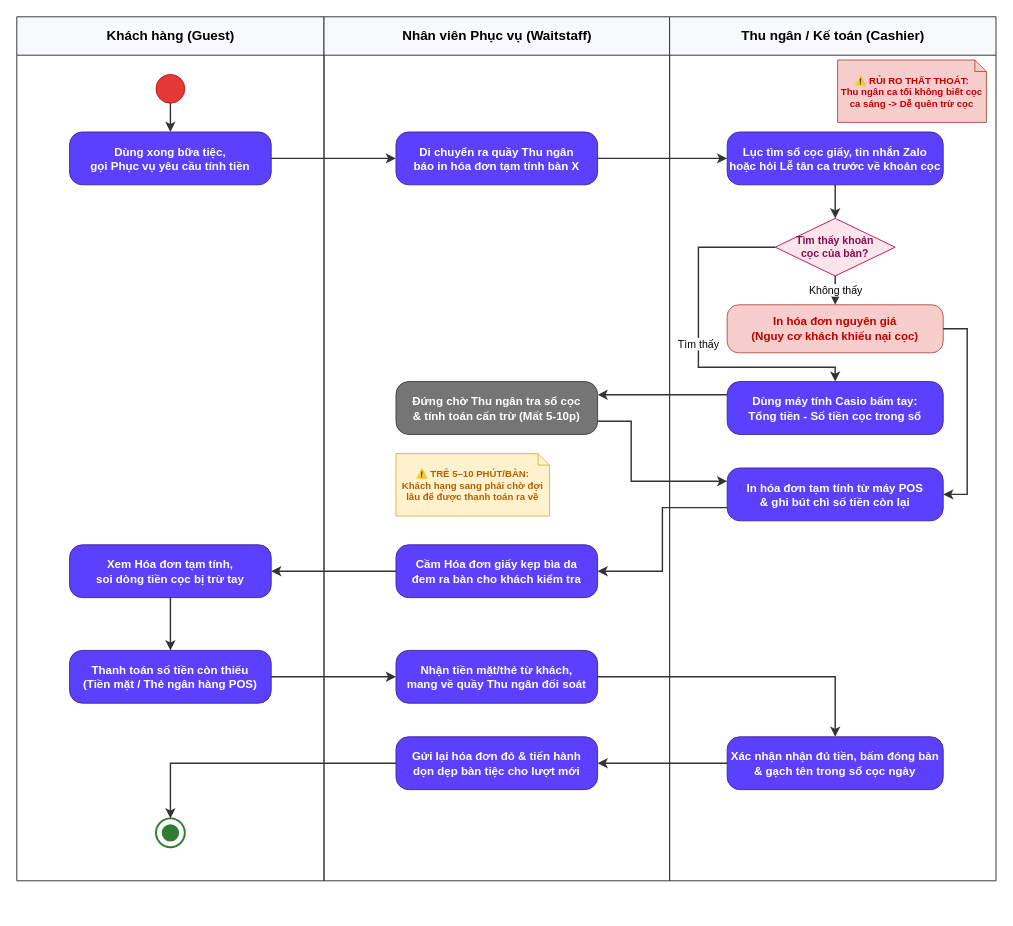
The draw.io diagram docs/phase1/drawio/asis03_survey_billing.drawio in AndrewQng/VinDining, before the edit. Source tidied: cells renumbered, new cells numbered last; positions are measured from the earlier drawing's top-left corner, leaving out a move shared by most shapes. Both pictures are drawn from the tidied source at 96%, with x=0, y=0 at pixel (16, 16).
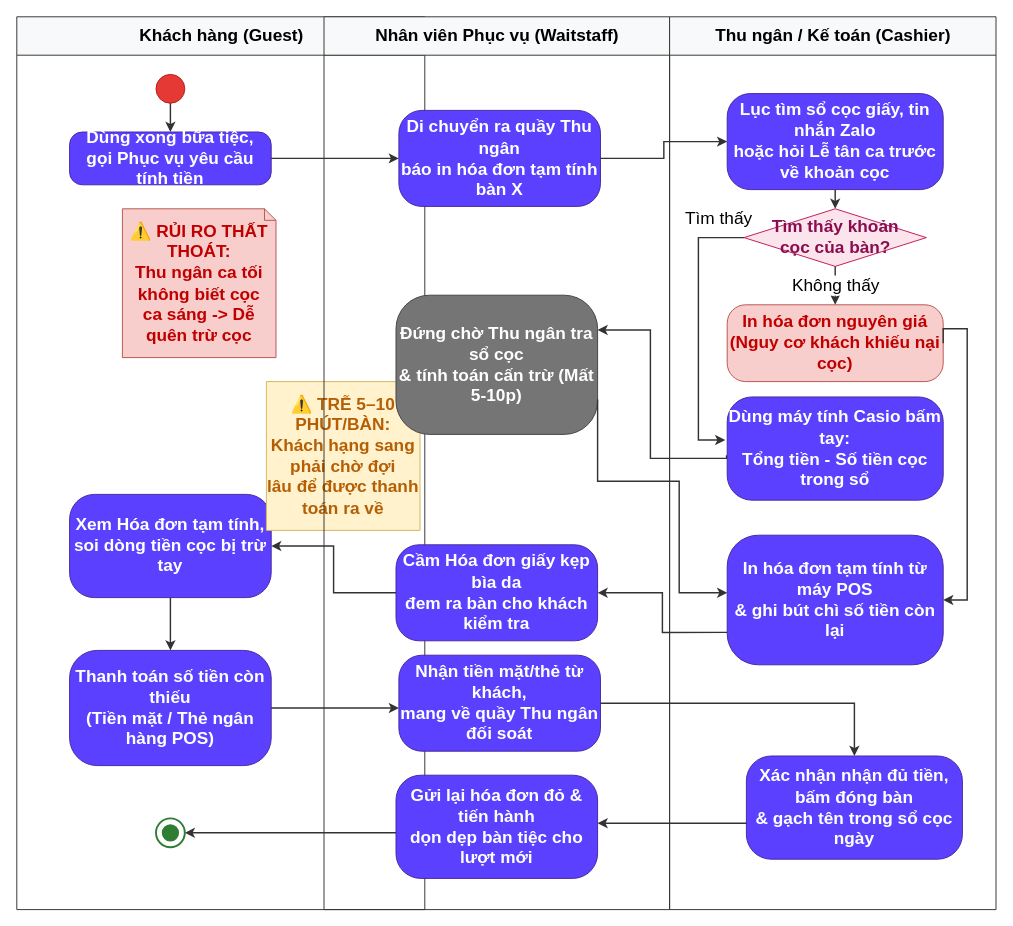
The same diagram, later.

Change to the diagram source:
```diff
@@
-    <mxCell id="2" value="Khách hàng (Guest)" style="swimlane;html=1;startSize=40;horizontal=1;fontStyle=1;fontSize=14;align=center;verticalAlign=middle;fillColor=#f8f9fa;strokeColor=#333333;swimlaneLine=1;" parent="1" vertex="1">
-      <mxGeometry width="320" height="900" as="geometry" />
+    <mxCell id="2" value="Khách hàng (Guest)" style="swimlane;html=1;startSize=40;horizontal=1;fontStyle=1;fontSize=18;align=center;verticalAlign=middle;fillColor=#f8f9fa;strokeColor=#333333;swimlaneLine=1;" parent="1" vertex="1">
+      <mxGeometry width="425" height="930" as="geometry" />
     </mxCell>
-    <mxCell id="3" value="Nhân viên Phục vụ (Waitstaff)" style="swimlane;html=1;startSize=40;horizontal=1;fontStyle=1;fontSize=14;align=center;verticalAlign=middle;fillColor=#f8f9fa;strokeColor=#333333;swimlaneLine=1;" parent="1" vertex="1">
-      <mxGeometry x="320" width="360" height="900" as="geometry" />
-    </mxCell>
-    <mxCell id="4" value="Thu ngân / Kế toán (Cashier)" style="swimlane;html=1;startSize=40;horizontal=1;fontStyle=1;fontSize=14;align=center;verticalAlign=middle;fillColor=#f8f9fa;strokeColor=#333333;swimlaneLine=1;" parent="1" vertex="1">
-      <mxGeometry x="680" width="340" height="900" as="geometry" />
-    </mxCell>
-    <mxCell id="5" style="ellipse;whiteSpace=wrap;html=1;fillColor=#e53935;strokeColor=#b71c1c;" parent="2" vertex="1">
+    <mxCell id="5" style="ellipse;whiteSpace=wrap;html=1;fillColor=#e53935;strokeColor=#b71c1c;fontSize=18;" parent="2" vertex="1">
       <mxGeometry x="145" y="60" width="30" height="30" as="geometry" />
     </mxCell>
-    <mxCell id="6" value="Dùng xong bữa tiệc,&#10;gọi Phục vụ yêu cầu tính tiền" style="rounded=1;arcSize=24;whiteSpace=wrap;html=1;fillColor=#5b40ff;strokeColor=#4527a0;fontColor=#ffffff;fontStyle=1;fontSize=12;align=center;verticalAlign=middle;" parent="2" vertex="1">
+    <mxCell id="6" value="Dùng xong bữa tiệc,&#10;gọi Phục vụ yêu cầu tính tiền" style="rounded=1;arcSize=24;whiteSpace=wrap;html=1;fillColor=#5b40ff;strokeColor=#4527a0;fontColor=#ffffff;fontStyle=1;fontSize=18;align=center;verticalAlign=middle;" parent="2" vertex="1">
       <mxGeometry x="55" y="120" width="210" height="55" as="geometry" />
     </mxCell>
-    <mxCell id="7" value="Xem Hóa đơn tạm tính,&#10;soi dòng tiền cọc bị trừ tay" style="rounded=1;arcSize=24;whiteSpace=wrap;html=1;fillColor=#5b40ff;strokeColor=#4527a0;fontColor=#ffffff;fontStyle=1;fontSize=12;align=center;verticalAlign=middle;" parent="2" vertex="1">
-      <mxGeometry x="55" y="550" width="210" height="55" as="geometry" />
+    <mxCell id="7" value="Xem Hóa đơn tạm tính,&#10;soi dòng tiền cọc bị trừ tay" style="rounded=1;arcSize=24;whiteSpace=wrap;html=1;fillColor=#5b40ff;strokeColor=#4527a0;fontColor=#ffffff;fontStyle=1;fontSize=18;align=center;verticalAlign=middle;" parent="2" vertex="1">
+      <mxGeometry x="55" y="497.5" width="210" height="107.5" as="geometry" />
     </mxCell>
-    <mxCell id="8" value="Thanh toán số tiền còn thiếu&#10;(Tiền mặt / Thẻ ngân hàng POS)" style="rounded=1;arcSize=24;whiteSpace=wrap;html=1;fillColor=#5b40ff;strokeColor=#4527a0;fontColor=#ffffff;fontStyle=1;fontSize=12;align=center;verticalAlign=middle;" parent="2" vertex="1">
-      <mxGeometry x="55" y="660" width="210" height="55" as="geometry" />
+    <mxCell id="8" value="Thanh toán số tiền còn thiếu&#10;(Tiền mặt / Thẻ ngân hàng POS)" style="rounded=1;arcSize=24;whiteSpace=wrap;html=1;fillColor=#5b40ff;strokeColor=#4527a0;fontColor=#ffffff;fontStyle=1;fontSize=18;align=center;verticalAlign=middle;" parent="2" vertex="1">
+      <mxGeometry x="55" y="660" width="210" height="120" as="geometry" />
     </mxCell>
-    <mxCell id="9" style="ellipse;whiteSpace=wrap;html=1;fillColor=#ffffff;strokeColor=#2e7d32;strokeWidth=2;" parent="2" vertex="1">
+    <mxCell id="9" style="ellipse;whiteSpace=wrap;html=1;fillColor=#ffffff;strokeColor=#2e7d32;strokeWidth=2;fontSize=18;" parent="2" vertex="1">
       <mxGeometry x="145" y="835" width="30" height="30" as="geometry" />
     </mxCell>
-    <mxCell id="10" style="ellipse;whiteSpace=wrap;html=1;fillColor=#2e7d32;strokeColor=none;" parent="2" vertex="1">
+    <mxCell id="10" style="ellipse;whiteSpace=wrap;html=1;fillColor=#2e7d32;strokeColor=none;fontSize=18;" parent="2" vertex="1">
       <mxGeometry x="151" y="841" width="18" height="18" as="geometry" />
     </mxCell>
+    <mxCell id="22" value="⚠️ RỦI RO THẤT THOÁT:&#10;Thu ngân ca tối không biết cọc&#10;ca sáng -&amp;gt; Dễ quên trừ cọc" style="shape=note;whiteSpace=wrap;html=1;fillColor=#f8cecc;strokeColor=#b85450;fontColor=#c00000;fontSize=18;fontStyle=1;size=12;" parent="2" vertex="1">
+      <mxGeometry x="110" y="200" width="160" height="155" as="geometry" />
+    </mxCell>
+    <mxCell id="23" value="⚠️ TRỄ 5–10 PHÚT/BÀN:&#10;Khách hạng sang phải chờ đợi&#10;lâu để được thanh toán ra về" style="shape=note;whiteSpace=wrap;html=1;fillColor=#fff2cc;strokeColor=#d6b656;fontColor=#b45f06;fontSize=18;fontStyle=1;size=12;" parent="2" vertex="1">
+      <mxGeometry x="260" y="380" width="160" height="155" as="geometry" />
+    </mxCell>
+    <mxCell id="3" value="Nhân viên Phục vụ (Waitstaff)" style="swimlane;html=1;startSize=40;horizontal=1;fontStyle=1;fontSize=18;align=center;verticalAlign=middle;fillColor=#f8f9fa;strokeColor=#333333;swimlaneLine=1;" parent="1" vertex="1">
+      <mxGeometry x="320" width="360" height="930" as="geometry" />
+    </mxCell>
-    <mxCell id="11" value="Di chuyển ra quầy Thu ngân&#10;báo in hóa đơn tạm tính bàn X" style="rounded=1;arcSize=24;whiteSpace=wrap;html=1;fillColor=#5b40ff;strokeColor=#4527a0;fontColor=#ffffff;fontStyle=1;fontSize=12;align=center;verticalAlign=middle;" parent="3" vertex="1">
-      <mxGeometry x="75" y="120" width="210" height="55" as="geometry" />
+    <mxCell id="11" value="Di chuyển ra quầy Thu ngân&#10;báo in hóa đơn tạm tính bàn X" style="rounded=1;arcSize=24;whiteSpace=wrap;html=1;fillColor=#5b40ff;strokeColor=#4527a0;fontColor=#ffffff;fontStyle=1;fontSize=18;align=center;verticalAlign=middle;" parent="3" vertex="1">
+      <mxGeometry x="78" y="97.5" width="210" height="100" as="geometry" />
     </mxCell>
-    <mxCell id="12" value="Đứng chờ Thu ngân tra sổ cọc&#10;&amp; tính toán cấn trừ (Mất 5-10p)" style="rounded=1;arcSize=24;whiteSpace=wrap;html=1;fillColor=#757575;strokeColor=#424242;fontColor=#ffffff;fontStyle=1;fontSize=12;align=center;verticalAlign=middle;" parent="3" vertex="1">
-      <mxGeometry x="75" y="380" width="210" height="55" as="geometry" />
+    <mxCell id="12" value="Đứng chờ Thu ngân tra sổ cọc&#10;&amp;amp; tính toán cấn trừ (Mất 5-10p)" style="rounded=1;arcSize=24;whiteSpace=wrap;html=1;fillColor=#757575;strokeColor=#424242;fontColor=#ffffff;fontStyle=1;fontSize=18;align=center;verticalAlign=middle;" parent="3" vertex="1">
+      <mxGeometry x="75" y="290" width="210" height="145" as="geometry" />
     </mxCell>
-    <mxCell id="13" value="Cầm Hóa đơn giấy kẹp bìa da&#10;đem ra bàn cho khách kiểm tra" style="rounded=1;arcSize=24;whiteSpace=wrap;html=1;fillColor=#5b40ff;strokeColor=#4527a0;fontColor=#ffffff;fontStyle=1;fontSize=12;align=center;verticalAlign=middle;" parent="3" vertex="1">
-      <mxGeometry x="75" y="550" width="210" height="55" as="geometry" />
+    <mxCell id="13" value="Cầm Hóa đơn giấy kẹp bìa da&#10;đem ra bàn cho khách kiểm tra" style="rounded=1;arcSize=24;whiteSpace=wrap;html=1;fillColor=#5b40ff;strokeColor=#4527a0;fontColor=#ffffff;fontStyle=1;fontSize=18;align=center;verticalAlign=middle;" parent="3" vertex="1">
+      <mxGeometry x="75" y="550" width="210" height="100" as="geometry" />
     </mxCell>
-    <mxCell id="14" value="Nhận tiền mặt/thẻ từ khách,&#10;mang về quầy Thu ngân đối soát" style="rounded=1;arcSize=24;whiteSpace=wrap;html=1;fillColor=#5b40ff;strokeColor=#4527a0;fontColor=#ffffff;fontStyle=1;fontSize=12;align=center;verticalAlign=middle;" parent="3" vertex="1">
-      <mxGeometry x="75" y="660" width="210" height="55" as="geometry" />
+    <mxCell id="14" value="Nhận tiền mặt/thẻ từ khách,&#10;mang về quầy Thu ngân đối soát" style="rounded=1;arcSize=24;whiteSpace=wrap;html=1;fillColor=#5b40ff;strokeColor=#4527a0;fontColor=#ffffff;fontStyle=1;fontSize=18;align=center;verticalAlign=middle;" parent="3" vertex="1">
+      <mxGeometry x="78" y="665" width="210" height="100" as="geometry" />
     </mxCell>
-    <mxCell id="15" value="Gửi lại hóa đơn đỏ &amp; tiến hành&#10;dọn dẹp bàn tiệc cho lượt mới" style="rounded=1;arcSize=24;whiteSpace=wrap;html=1;fillColor=#5b40ff;strokeColor=#4527a0;fontColor=#ffffff;fontStyle=1;fontSize=12;align=center;verticalAlign=middle;" parent="3" vertex="1">
-      <mxGeometry x="75" y="750" width="210" height="55" as="geometry" />
+    <mxCell id="15" value="Gửi lại hóa đơn đỏ &amp;amp; tiến hành&#10;dọn dẹp bàn tiệc cho lượt mới" style="rounded=1;arcSize=24;whiteSpace=wrap;html=1;fillColor=#5b40ff;strokeColor=#4527a0;fontColor=#ffffff;fontStyle=1;fontSize=18;align=center;verticalAlign=middle;" parent="3" vertex="1">
+      <mxGeometry x="75" y="790" width="210" height="107.5" as="geometry" />
     </mxCell>
+    <mxCell id="4" value="Thu ngân / Kế toán (Cashier)" style="swimlane;html=1;startSize=40;horizontal=1;fontStyle=1;fontSize=18;align=center;verticalAlign=middle;fillColor=#f8f9fa;strokeColor=#333333;swimlaneLine=1;" parent="1" vertex="1">
+      <mxGeometry x="680" width="340" height="930" as="geometry" />
+    </mxCell>
-    <mxCell id="16" value="Lục tìm sổ cọc giấy, tin nhắn Zalo&#10;hoặc hỏi Lễ tân ca trước về khoản cọc" style="rounded=1;arcSize=24;whiteSpace=wrap;html=1;fillColor=#5b40ff;strokeColor=#4527a0;fontColor=#ffffff;fontStyle=1;fontSize=12;align=center;verticalAlign=middle;" parent="4" vertex="1">
-      <mxGeometry x="60" y="120" width="225" height="55" as="geometry" />
+    <mxCell id="16" value="Lục tìm sổ cọc giấy, tin nhắn Zalo&#10;hoặc hỏi Lễ tân ca trước về khoản cọc" style="rounded=1;arcSize=24;whiteSpace=wrap;html=1;fillColor=#5b40ff;strokeColor=#4527a0;fontColor=#ffffff;fontStyle=1;fontSize=18;align=center;verticalAlign=middle;" parent="4" vertex="1">
+      <mxGeometry x="60" y="80" width="225" height="100" as="geometry" />
     </mxCell>
-    <mxCell id="17" value="Tìm thấy khoản&#10;cọc của bàn?" style="rhombus;whiteSpace=wrap;html=1;fillColor=#fce4ec;strokeColor=#c2185b;fontColor=#880e4f;fontStyle=1;fontSize=11;align=center;verticalAlign=middle;" parent="4" vertex="1">
-      <mxGeometry x="110" y="210" width="125" height="60" as="geometry" />
+    <mxCell id="17" value="Tìm thấy khoản&#10;cọc của bàn?" style="rhombus;whiteSpace=wrap;html=1;fillColor=#fce4ec;strokeColor=#c2185b;fontColor=#880e4f;fontStyle=1;fontSize=18;align=center;verticalAlign=middle;" parent="4" vertex="1">
+      <mxGeometry x="77.5" y="200" width="190" height="60" as="geometry" />
     </mxCell>
-    <mxCell id="18" value="In hóa đơn nguyên giá&#10;(Nguy cơ khách khiếu nại cọc)" style="rounded=1;arcSize=24;whiteSpace=wrap;html=1;fillColor=#f8cecc;strokeColor=#b85450;fontColor=#c00000;fontStyle=1;fontSize=12;align=center;verticalAlign=middle;" parent="4" vertex="1">
-      <mxGeometry x="60" y="300" width="225" height="50" as="geometry" />
+    <mxCell id="18" value="In hóa đơn nguyên giá&#10;(Nguy cơ khách khiếu nại cọc)" style="rounded=1;arcSize=24;whiteSpace=wrap;html=1;fillColor=#f8cecc;strokeColor=#b85450;fontColor=#c00000;fontStyle=1;fontSize=18;align=center;verticalAlign=middle;" parent="4" vertex="1">
+      <mxGeometry x="60" y="300" width="225" height="80" as="geometry" />
     </mxCell>
-    <mxCell id="19" value="Dùng máy tính Casio bấm tay:&#10;Tổng tiền - Số tiền cọc trong sổ" style="rounded=1;arcSize=24;whiteSpace=wrap;html=1;fillColor=#5b40ff;strokeColor=#4527a0;fontColor=#ffffff;fontStyle=1;fontSize=12;align=center;verticalAlign=middle;" parent="4" vertex="1">
-      <mxGeometry x="60" y="380" width="225" height="55" as="geometry" />
+    <mxCell id="19" value="Dùng máy tính Casio bấm tay:&#10;Tổng tiền - Số tiền cọc trong sổ" style="rounded=1;arcSize=24;whiteSpace=wrap;html=1;fillColor=#5b40ff;strokeColor=#4527a0;fontColor=#ffffff;fontStyle=1;fontSize=18;align=center;verticalAlign=middle;" parent="4" vertex="1">
+      <mxGeometry x="60" y="396" width="225" height="107.5" as="geometry" />
     </mxCell>
-    <mxCell id="20" value="In hóa đơn tạm tính từ máy POS&#10;&amp; ghi bút chì số tiền còn lại" style="rounded=1;arcSize=24;whiteSpace=wrap;html=1;fillColor=#5b40ff;strokeColor=#4527a0;fontColor=#ffffff;fontStyle=1;fontSize=12;align=center;verticalAlign=middle;" parent="4" vertex="1">
-      <mxGeometry x="60" y="470" width="225" height="55" as="geometry" />
+    <mxCell id="20" value="In hóa đơn tạm tính từ máy POS&#10;&amp;amp; ghi bút chì số tiền còn lại" style="rounded=1;arcSize=24;whiteSpace=wrap;html=1;fillColor=#5b40ff;strokeColor=#4527a0;fontColor=#ffffff;fontStyle=1;fontSize=18;align=center;verticalAlign=middle;" parent="4" vertex="1">
+      <mxGeometry x="60" y="540" width="225" height="135" as="geometry" />
     </mxCell>
-    <mxCell id="21" value="Xác nhận nhận đủ tiền, bấm đóng bàn&#10;&amp; gạch tên trong sổ cọc ngày" style="rounded=1;arcSize=24;whiteSpace=wrap;html=1;fillColor=#5b40ff;strokeColor=#4527a0;fontColor=#ffffff;fontStyle=1;fontSize=12;align=center;verticalAlign=middle;" parent="4" vertex="1">
-      <mxGeometry x="60" y="750" width="225" height="55" as="geometry" />
+    <mxCell id="21" value="Xác nhận nhận đủ tiền, bấm đóng bàn&#10;&amp;amp; gạch tên trong sổ cọc ngày" style="rounded=1;arcSize=24;whiteSpace=wrap;html=1;fillColor=#5b40ff;strokeColor=#4527a0;fontColor=#ffffff;fontStyle=1;fontSize=18;align=center;verticalAlign=middle;" parent="4" vertex="1">
+      <mxGeometry x="80" y="770" width="225" height="107.5" as="geometry" />
     </mxCell>
-    <mxCell id="22" value="⚠️ RỦI RO THẤT THOÁT:&#10;Thu ngân ca tối không biết cọc&#10;ca sáng -&gt; Dễ quên trừ cọc" style="shape=note;whiteSpace=wrap;html=1;fillColor=#f8cecc;strokeColor=#b85450;fontColor=#c00000;fontSize=10;fontStyle=1;size=12;" parent="4" vertex="1">
-      <mxGeometry x="175" y="45" width="155" height="65" as="geometry" />
-    </mxCell>
-    <mxCell id="23" value="⚠️ TRỄ 5–10 PHÚT/BÀN:&#10;Khách hạng sang phải chờ đợi&#10;lâu để được thanh toán ra về" style="shape=note;whiteSpace=wrap;html=1;fillColor=#fff2cc;strokeColor=#d6b656;fontColor=#b45f06;fontSize=10;fontStyle=1;size=12;" parent="3" vertex="1">
-      <mxGeometry x="75" y="455" width="160" height="65" as="geometry" />
-    </mxCell>
-    <mxCell id="24" style="edgeStyle=orthogonalEdgeStyle;rounded=0;strokeColor=#333333;strokeWidth=1.5;html=1;" parent="1" edge="1" source="5" target="6">
+    <mxCell id="24" style="edgeStyle=orthogonalEdgeStyle;rounded=0;strokeColor=#333333;strokeWidth=1.5;html=1;fontSize=18;" parent="1" edge="1" source="5" target="6">
       <mxGeometry relative="1" as="geometry" />
     </mxCell>
-    <mxCell id="25" style="edgeStyle=orthogonalEdgeStyle;rounded=0;strokeColor=#333333;strokeWidth=1.5;html=1;" parent="1" edge="1" source="6" target="11">
+    <mxCell id="25" style="edgeStyle=orthogonalEdgeStyle;rounded=0;strokeColor=#333333;strokeWidth=1.5;html=1;fontSize=18;" parent="1" edge="1" source="6" target="11">
       <mxGeometry relative="1" as="geometry" />
     </mxCell>
-    <mxCell id="26" style="edgeStyle=orthogonalEdgeStyle;rounded=0;strokeColor=#333333;strokeWidth=1.5;html=1;" parent="1" edge="1" source="11" target="16">
+    <mxCell id="26" style="edgeStyle=orthogonalEdgeStyle;rounded=0;strokeColor=#333333;strokeWidth=1.5;html=1;fontSize=18;" parent="1" edge="1" source="11" target="16">
       <mxGeometry relative="1" as="geometry" />
     </mxCell>
-    <mxCell id="27" style="edgeStyle=orthogonalEdgeStyle;rounded=0;strokeColor=#333333;strokeWidth=1.5;html=1;" parent="1" edge="1" source="16" target="17">
+    <mxCell id="27" style="edgeStyle=orthogonalEdgeStyle;rounded=0;strokeColor=#333333;strokeWidth=1.5;html=1;fontSize=18;" parent="1" edge="1" source="16" target="17">
       <mxGeometry relative="1" as="geometry" />
     </mxCell>
-    <mxCell id="28" value="Không thấy" style="edgeStyle=orthogonalEdgeStyle;rounded=0;strokeColor=#333333;strokeWidth=1.5;html=1;labelBackgroundColor=#ffffff;exitX=0.5;exitY=1;entryX=0.5;entryY=0;" parent="1" edge="1" source="17" target="18">
+    <mxCell id="28" value="Không thấy" style="edgeStyle=orthogonalEdgeStyle;rounded=0;strokeColor=#333333;strokeWidth=1.5;html=1;labelBackgroundColor=#ffffff;exitX=0.5;exitY=1;entryX=0.5;entryY=0;fontSize=18;" parent="1" edge="1" source="17" target="18">
       <mxGeometry relative="1" as="geometry" />
     </mxCell>
-    <mxCell id="29" style="edgeStyle=orthogonalEdgeStyle;rounded=0;strokeColor=#333333;strokeWidth=1.5;html=1;exitX=1;exitY=0.5;entryX=1;entryY=0.5;" parent="1" edge="1" source="18" target="20">
+    <mxCell id="29" style="edgeStyle=orthogonalEdgeStyle;rounded=0;strokeColor=#333333;strokeWidth=1.5;html=1;exitX=1;exitY=0.5;entryX=1;entryY=0.5;fontSize=18;" parent="1" edge="1" source="18" target="20">
       <mxGeometry relative="1" as="geometry">
         <Array as="points">
+          <mxPoint x="965" y="325" />
           <mxPoint x="990" y="325" />
-          <mxPoint x="990" y="497.5" />
+          <mxPoint x="990" y="607.5" />
         </Array>
       </mxGeometry>
     </mxCell>
-    <mxCell id="30" value="Tìm thấy" style="edgeStyle=orthogonalEdgeStyle;rounded=0;strokeColor=#333333;strokeWidth=1.5;html=1;labelBackgroundColor=#ffffff;exitX=0;exitY=0.5;entryX=0.5;entryY=0;" parent="1" edge="1" source="17" target="19">
-      <mxGeometry relative="1" as="geometry">
+    <mxCell id="30" value="Tìm thấy" style="edgeStyle=orthogonalEdgeStyle;rounded=0;strokeColor=#333333;strokeWidth=1.5;html=1;labelBackgroundColor=#ffffff;exitX=0;exitY=0.5;entryX=-0.009;entryY=0.418;fontSize=18;entryDx=0;entryDy=0;entryPerimeter=0;" parent="1" edge="1" source="17" target="19">
+      <mxGeometry x="-0.81" y="-20" relative="1" as="geometry">
         <Array as="points">
-          <mxPoint x="710" y="240" />
-          <mxPoint x="710" y="365" />
-          <mxPoint x="852.5" y="365" />
+          <mxPoint x="710" y="230" />
+          <mxPoint x="710" y="440.9" />
         </Array>
       </mxGeometry>
     </mxCell>
-    <mxCell id="31" style="edgeStyle=orthogonalEdgeStyle;rounded=0;strokeColor=#333333;strokeWidth=1.5;html=1;exitX=0;exitY=0.25;entryX=1;entryY=0.25;" parent="1" edge="1" source="19" target="12">
-      <mxGeometry relative="1" as="geometry" />
+    <mxCell id="31" style="edgeStyle=orthogonalEdgeStyle;rounded=0;strokeColor=#333333;strokeWidth=1.5;html=1;exitX=-0.003;exitY=0.564;entryX=1;entryY=0.25;fontSize=18;exitDx=0;exitDy=0;exitPerimeter=0;" parent="1" edge="1" source="19" target="12">
+      <mxGeometry relative="1" as="geometry">
+        <Array as="points">
+          <mxPoint x="739.3" y="460" />
+          <mxPoint x="660" y="460" />
+          <mxPoint x="660" y="326.3" />
+        </Array>
+      </mxGeometry>
     </mxCell>
-    <mxCell id="32" style="edgeStyle=orthogonalEdgeStyle;rounded=0;strokeColor=#333333;strokeWidth=1.5;html=1;exitX=1;exitY=0.75;entryX=0;entryY=0.25;" parent="1" edge="1" source="12" target="20">
+    <mxCell id="32" style="edgeStyle=orthogonalEdgeStyle;rounded=0;strokeColor=#333333;strokeWidth=1.5;html=1;exitX=1;exitY=0.75;fontSize=18;" parent="1" edge="1" source="12">
       <mxGeometry relative="1" as="geometry">
+        <mxPoint x="740" y="600" as="targetPoint" />
         <Array as="points">
-          <mxPoint x="640" y="421.2" />
-          <mxPoint x="640" y="483.8" />
+          <mxPoint x="605" y="483.8" />
+          <mxPoint x="690" y="483.8" />
+          <mxPoint x="690" y="600" />
+          <mxPoint x="740" y="600" />
         </Array>
       </mxGeometry>
     </mxCell>
-    <mxCell id="33" style="edgeStyle=orthogonalEdgeStyle;rounded=0;strokeColor=#333333;strokeWidth=1.5;html=1;exitX=0;exitY=0.75;entryX=1;entryY=0.5;" parent="1" edge="1" source="20" target="13">
+    <mxCell id="33" style="edgeStyle=orthogonalEdgeStyle;rounded=0;strokeColor=#333333;strokeWidth=1.5;html=1;exitX=0;exitY=0.75;entryX=1;entryY=0.5;fontSize=18;" parent="1" edge="1" source="20" target="13">
       <mxGeometry relative="1" as="geometry" />
     </mxCell>
-    <mxCell id="34" style="edgeStyle=orthogonalEdgeStyle;rounded=0;strokeColor=#333333;strokeWidth=1.5;html=1;" parent="1" edge="1" source="13" target="7">
+    <mxCell id="34" style="edgeStyle=orthogonalEdgeStyle;rounded=0;strokeColor=#333333;strokeWidth=1.5;html=1;fontSize=18;" parent="1" edge="1" source="13" target="7">
       <mxGeometry relative="1" as="geometry" />
     </mxCell>
-    <mxCell id="35" style="edgeStyle=orthogonalEdgeStyle;rounded=0;strokeColor=#333333;strokeWidth=1.5;html=1;" parent="1" edge="1" source="7" target="8">
+    <mxCell id="35" style="edgeStyle=orthogonalEdgeStyle;rounded=0;strokeColor=#333333;strokeWidth=1.5;html=1;fontSize=18;" parent="1" edge="1" source="7" target="8">
       <mxGeometry relative="1" as="geometry" />
     </mxCell>
-    <mxCell id="36" style="edgeStyle=orthogonalEdgeStyle;rounded=0;strokeColor=#333333;strokeWidth=1.5;html=1;" parent="1" edge="1" source="8" target="14">
-      <mxGeometry relative="1" as="geometry" />
+    <mxCell id="36" style="edgeStyle=orthogonalEdgeStyle;rounded=0;strokeColor=#333333;strokeWidth=1.5;html=1;fontSize=18;" parent="1" edge="1" source="8" target="14">
+      <mxGeometry relative="1" as="geometry">
+        <Array as="points">
+          <mxPoint x="370" y="720" />
+          <mxPoint x="370" y="720" />
+        </Array>
+      </mxGeometry>
     </mxCell>
-    <mxCell id="37" style="edgeStyle=orthogonalEdgeStyle;rounded=0;strokeColor=#333333;strokeWidth=1.5;html=1;" parent="1" edge="1" source="14" target="21">
+    <mxCell id="37" style="edgeStyle=orthogonalEdgeStyle;rounded=0;strokeColor=#333333;strokeWidth=1.5;html=1;fontSize=18;" parent="1" edge="1" source="14" target="21">
       <mxGeometry relative="1" as="geometry" />
     </mxCell>
-    <mxCell id="38" style="edgeStyle=orthogonalEdgeStyle;rounded=0;strokeColor=#333333;strokeWidth=1.5;html=1;" parent="1" edge="1" source="21" target="15">
-      <mxGeometry relative="1" as="geometry" />
+    <mxCell id="38" style="edgeStyle=orthogonalEdgeStyle;rounded=0;strokeColor=#333333;strokeWidth=1.5;html=1;fontSize=18;" parent="1" edge="1" source="21" target="15">
+      <mxGeometry relative="1" as="geometry">
+        <Array as="points">
+          <mxPoint x="690" y="840" />
+          <mxPoint x="690" y="840" />
+        </Array>
+      </mxGeometry>
     </mxCell>
-    <mxCell id="39" style="edgeStyle=orthogonalEdgeStyle;rounded=0;strokeColor=#333333;strokeWidth=1.5;html=1;" parent="1" edge="1" source="15" target="9">
-      <mxGeometry relative="1" as="geometry" />
+    <mxCell id="39" style="edgeStyle=orthogonalEdgeStyle;rounded=0;strokeColor=#333333;strokeWidth=1.5;html=1;fontSize=18;" parent="1" edge="1" source="15" target="9">
+      <mxGeometry relative="1" as="geometry">
+        <Array as="points">
+          <mxPoint x="350" y="850" />
+          <mxPoint x="350" y="850" />
+        </Array>
+      </mxGeometry>
     </mxCell>
```
